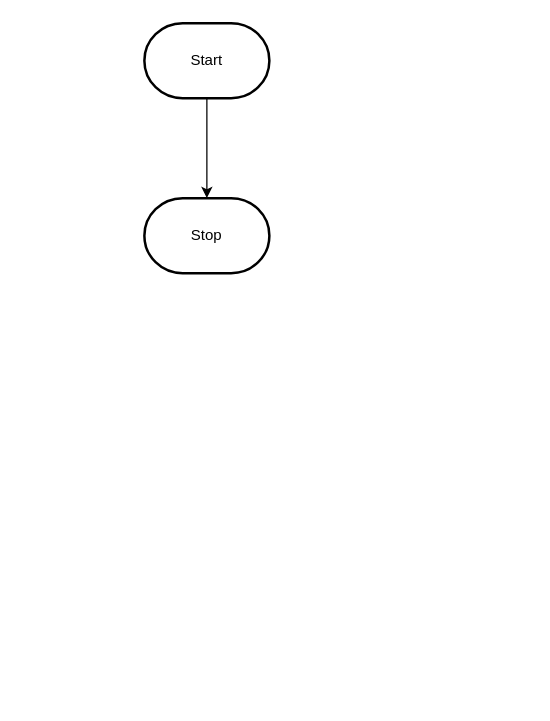
Before: design/flowchart.drawio in MTHS-TEJ2O-1-2023/TEJ2O-Unit-2-10-olmes-leon, a draw.io diagram. Source tidied: cells renumbered, new cells numbered last; positions are measured from the earlier drawing's top-left corner, leaving out a move shared by most shapes. Both pictures are drawn from the tidied source at 125%, with x=0, y=0 at pixel (144, 22).
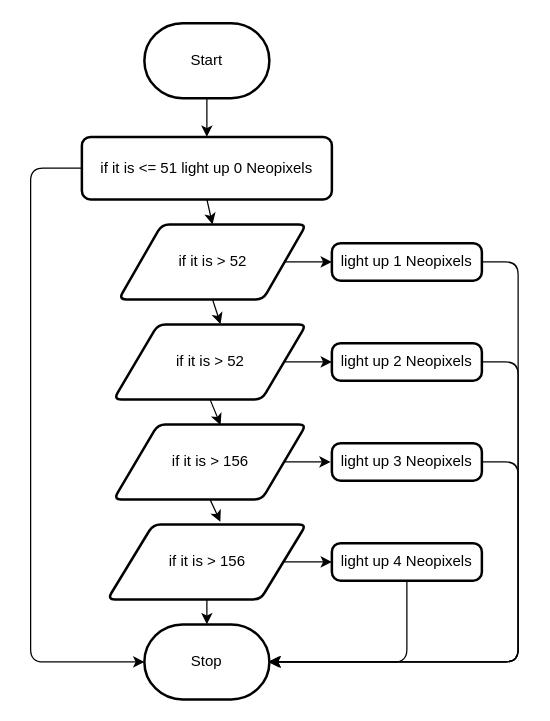
The same diagram, later.

Unchanged cells that the change refers to:
```xml
<mxCell id="3" value="Start" style="strokeWidth=2;html=1;shape=mxgraph.flowchart.terminator;whiteSpace=wrap;" parent="1" vertex="1">
  <mxGeometry width="100" height="60" as="geometry" />
</mxCell>
```

Change to the diagram source:
```diff
@@
-    <mxCell id="2" style="edgeStyle=orthogonalEdgeStyle;html=1;rounded=0;" parent="1" edge="1" source="3" target="4">
-      <mxGeometry relative="1" as="geometry" />
-    </mxCell>
+    <mxCell id="5" style="edgeStyle=none;html=1;entryX=0.5;entryY=0;entryDx=0;entryDy=0;" parent="1" edge="1" source="3" target="10">
+      <mxGeometry relative="1" as="geometry" />
+    </mxCell>
@@
     <mxCell id="4" value="Stop" style="strokeWidth=2;html=1;shape=mxgraph.flowchart.terminator;whiteSpace=wrap;" parent="1" vertex="1">
-      <mxGeometry y="140" width="100" height="60" as="geometry" />
+      <mxGeometry y="481" width="100" height="60" as="geometry" />
     </mxCell>
+    <mxCell id="6" style="edgeStyle=none;html=1;exitX=1;exitY=0.5;exitDx=0;exitDy=0;entryX=0;entryY=0.5;entryDx=0;entryDy=0;" parent="1" edge="1" source="2" target="23">
+      <mxGeometry relative="1" as="geometry" />
+    </mxCell>
+    <mxCell id="7" style="edgeStyle=none;html=1;exitX=0.5;exitY=1;exitDx=0;exitDy=0;entryX=0.555;entryY=0.008;entryDx=0;entryDy=0;entryPerimeter=0;" parent="1" edge="1" source="2" target="13">
+      <mxGeometry relative="1" as="geometry" />
+    </mxCell>
+    <mxCell id="2" value="&lt;span style=&quot;font-size: 12px;&quot;&gt;if it is &amp;gt; 52&lt;/span&gt;" style="shape=parallelogram;html=1;strokeWidth=2;perimeter=parallelogramPerimeter;whiteSpace=wrap;rounded=1;arcSize=12;size=0.23;" parent="1" vertex="1">
+      <mxGeometry x="-24.5" y="241" width="154" height="60" as="geometry" />
+    </mxCell>
+    <mxCell id="8" style="edgeStyle=none;html=1;" parent="1" edge="1" source="10" target="4">
+      <mxGeometry relative="1" as="geometry">
+        <Array as="points">
+          <mxPoint x="-91" y="116" />
+          <mxPoint x="-91" y="511" />
+        </Array>
+      </mxGeometry>
+    </mxCell>
+    <mxCell id="9" style="edgeStyle=none;html=1;exitX=0.5;exitY=1;exitDx=0;exitDy=0;entryX=0.5;entryY=0;entryDx=0;entryDy=0;" parent="1" edge="1" source="10" target="19">
+      <mxGeometry relative="1" as="geometry" />
+    </mxCell>
+    <mxCell id="10" value="&lt;span style=&quot;font-size: 12px;&quot;&gt;if it is &amp;lt;= 51 light up 0 Neopixels&lt;/span&gt;" style="rounded=1;whiteSpace=wrap;html=1;absoluteArcSize=1;arcSize=14;strokeWidth=2;" parent="1" vertex="1">
+      <mxGeometry x="-50" y="91" width="200" height="50" as="geometry" />
+    </mxCell>
+    <mxCell id="11" style="edgeStyle=none;html=1;exitX=1;exitY=0.5;exitDx=0;exitDy=0;" parent="1" edge="1" source="13">
+      <mxGeometry relative="1" as="geometry">
+        <mxPoint x="149" y="351" as="targetPoint" />
+      </mxGeometry>
+    </mxCell>
+    <mxCell id="12" style="edgeStyle=none;html=1;exitX=0.5;exitY=1;exitDx=0;exitDy=0;entryX=0.568;entryY=-0.035;entryDx=0;entryDy=0;entryPerimeter=0;" parent="1" edge="1" source="13" target="16">
+      <mxGeometry relative="1" as="geometry" />
+    </mxCell>
+    <mxCell id="13" value="&lt;span style=&quot;font-size: 12px;&quot;&gt;if it is &amp;gt; 156&lt;/span&gt;" style="shape=parallelogram;html=1;strokeWidth=2;perimeter=parallelogramPerimeter;whiteSpace=wrap;rounded=1;arcSize=12;size=0.23;" parent="1" vertex="1">
+      <mxGeometry x="-24.5" y="321" width="154" height="60" as="geometry" />
+    </mxCell>
+    <mxCell id="14" style="edgeStyle=none;html=1;exitX=1;exitY=0.5;exitDx=0;exitDy=0;entryX=0;entryY=0.5;entryDx=0;entryDy=0;" parent="1" edge="1" source="16" target="27">
+      <mxGeometry relative="1" as="geometry" />
+    </mxCell>
+    <mxCell id="15" style="edgeStyle=none;html=1;exitX=0.5;exitY=1;exitDx=0;exitDy=0;entryX=0.5;entryY=0;entryDx=0;entryDy=0;entryPerimeter=0;" parent="1" edge="1" source="16" target="4">
+      <mxGeometry relative="1" as="geometry" />
+    </mxCell>
+    <mxCell id="16" value="&lt;span style=&quot;font-size: 12px;&quot;&gt;if it is &amp;gt; 156&lt;/span&gt;" style="shape=parallelogram;html=1;strokeWidth=2;perimeter=parallelogramPerimeter;whiteSpace=wrap;rounded=1;arcSize=12;size=0.23;" parent="1" vertex="1">
+      <mxGeometry x="-29.5" y="401" width="159" height="60" as="geometry" />
+    </mxCell>
+    <mxCell id="17" style="edgeStyle=none;html=1;exitX=1;exitY=0.5;exitDx=0;exitDy=0;entryX=0;entryY=0.5;entryDx=0;entryDy=0;" parent="1" edge="1" source="19" target="21">
+      <mxGeometry relative="1" as="geometry" />
+    </mxCell>
+    <mxCell id="18" style="edgeStyle=none;html=1;exitX=0.5;exitY=1;exitDx=0;exitDy=0;entryX=0.555;entryY=-0.004;entryDx=0;entryDy=0;entryPerimeter=0;" parent="1" edge="1" source="19" target="2">
+      <mxGeometry relative="1" as="geometry" />
+    </mxCell>
+    <mxCell id="19" value="&lt;span style=&quot;font-size: 12px;&quot;&gt;if it is &amp;gt; 52&lt;/span&gt;" style="shape=parallelogram;html=1;strokeWidth=2;perimeter=parallelogramPerimeter;whiteSpace=wrap;rounded=1;arcSize=12;size=0.23;" parent="1" vertex="1">
+      <mxGeometry x="-20.5" y="161" width="150" height="60" as="geometry" />
+    </mxCell>
+    <mxCell id="20" style="edgeStyle=none;html=1;entryX=1;entryY=0.5;entryDx=0;entryDy=0;entryPerimeter=0;" parent="1" edge="1" source="21" target="4">
+      <mxGeometry relative="1" as="geometry">
+        <Array as="points">
+          <mxPoint x="299" y="191" />
+          <mxPoint x="299" y="511" />
+        </Array>
+      </mxGeometry>
+    </mxCell>
+    <mxCell id="21" value="&lt;span style=&quot;font-size: 12px;&quot;&gt;light up 1 Neopixels&lt;/span&gt;" style="rounded=1;whiteSpace=wrap;html=1;absoluteArcSize=1;arcSize=14;strokeWidth=2;" parent="1" vertex="1">
+      <mxGeometry x="150" y="176" width="120" height="30" as="geometry" />
+    </mxCell>
+    <mxCell id="22" style="edgeStyle=none;html=1;" parent="1" edge="1" source="23">
+      <mxGeometry relative="1" as="geometry">
+        <mxPoint x="99" y="511" as="targetPoint" />
+        <Array as="points">
+          <mxPoint x="299" y="271" />
+          <mxPoint x="299" y="511" />
+        </Array>
+      </mxGeometry>
+    </mxCell>
+    <mxCell id="23" value="&lt;span style=&quot;font-size: 12px;&quot;&gt;light up 2 Neopixels&lt;/span&gt;" style="rounded=1;whiteSpace=wrap;html=1;absoluteArcSize=1;arcSize=14;strokeWidth=2;" parent="1" vertex="1">
+      <mxGeometry x="150" y="256" width="120" height="30" as="geometry" />
+    </mxCell>
+    <mxCell id="24" style="edgeStyle=none;html=1;entryX=1;entryY=0.5;entryDx=0;entryDy=0;entryPerimeter=0;" parent="1" edge="1" source="25" target="4">
+      <mxGeometry relative="1" as="geometry">
+        <Array as="points">
+          <mxPoint x="299" y="351" />
+          <mxPoint x="299" y="511" />
+        </Array>
+      </mxGeometry>
+    </mxCell>
+    <mxCell id="25" value="&lt;span style=&quot;font-size: 12px;&quot;&gt;light up 3 Neopixels&lt;/span&gt;" style="rounded=1;whiteSpace=wrap;html=1;absoluteArcSize=1;arcSize=14;strokeWidth=2;" parent="1" vertex="1">
+      <mxGeometry x="150" y="336" width="120" height="30" as="geometry" />
+    </mxCell>
+    <mxCell id="26" style="edgeStyle=none;html=1;entryX=1;entryY=0.5;entryDx=0;entryDy=0;entryPerimeter=0;" parent="1" edge="1" source="27" target="4">
+      <mxGeometry relative="1" as="geometry">
+        <Array as="points">
+          <mxPoint x="210" y="511" />
+        </Array>
+      </mxGeometry>
+    </mxCell>
+    <mxCell id="27" value="&lt;span style=&quot;font-size: 12px;&quot;&gt;light up 4 Neopixels&lt;/span&gt;" style="rounded=1;whiteSpace=wrap;html=1;absoluteArcSize=1;arcSize=14;strokeWidth=2;" parent="1" vertex="1">
+      <mxGeometry x="150" y="416" width="120" height="30" as="geometry" />
+    </mxCell>
```
